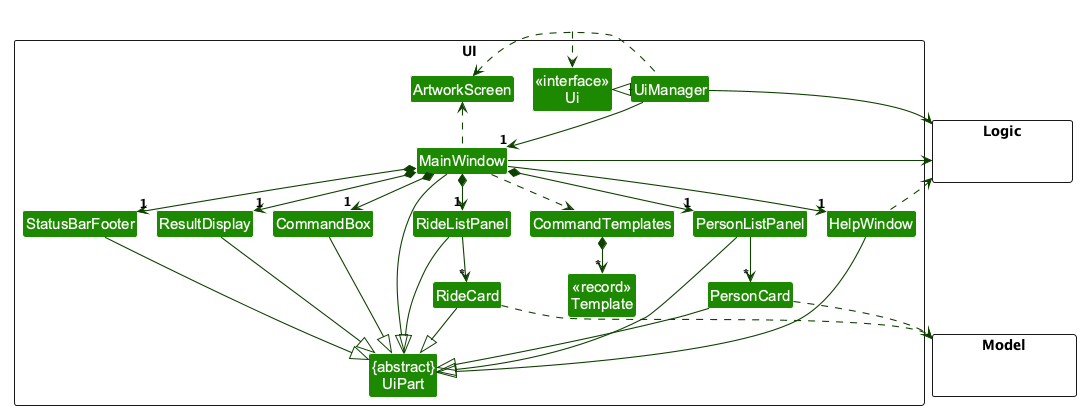
AY2627S1-CS2103T-W11-1/tp keeps this PlantUML diagram as docs/images/UiClassDiagram.png. Above is the earlier version.
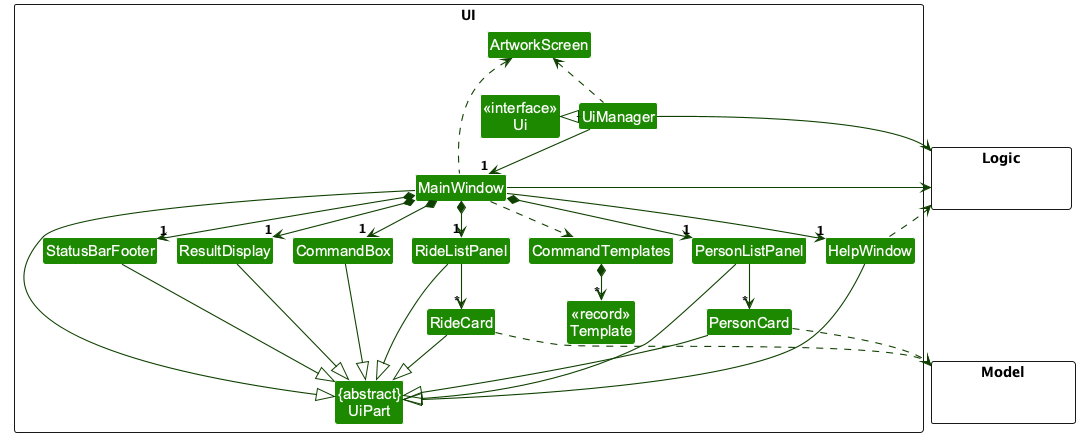
Above is the later version.

Commit message:
Clarify dependency arrows in UI class diagram

The edit, as a diff of the source:
```diff
@@ -31,9 +31,6 @@
 Class HiddenLogic #FFFFFF
 }
 
-Class HiddenOutside #FFFFFF
-HiddenOutside ..> Ui
-
 UiManager .left.|> Ui
 UiManager -down-> "1" MainWindow
 MainWindow *-down->  "1" CommandBox
@@ -60,7 +57,7 @@
 MainWindow .down.> CommandTemplates
 CommandTemplates *-down-> "*" Template
 
-UiManager .left.> ArtworkScreen
+UiManager .up.> ArtworkScreen
 MainWindow .up.> ArtworkScreen
 
 PersonCard ..> Model
```
